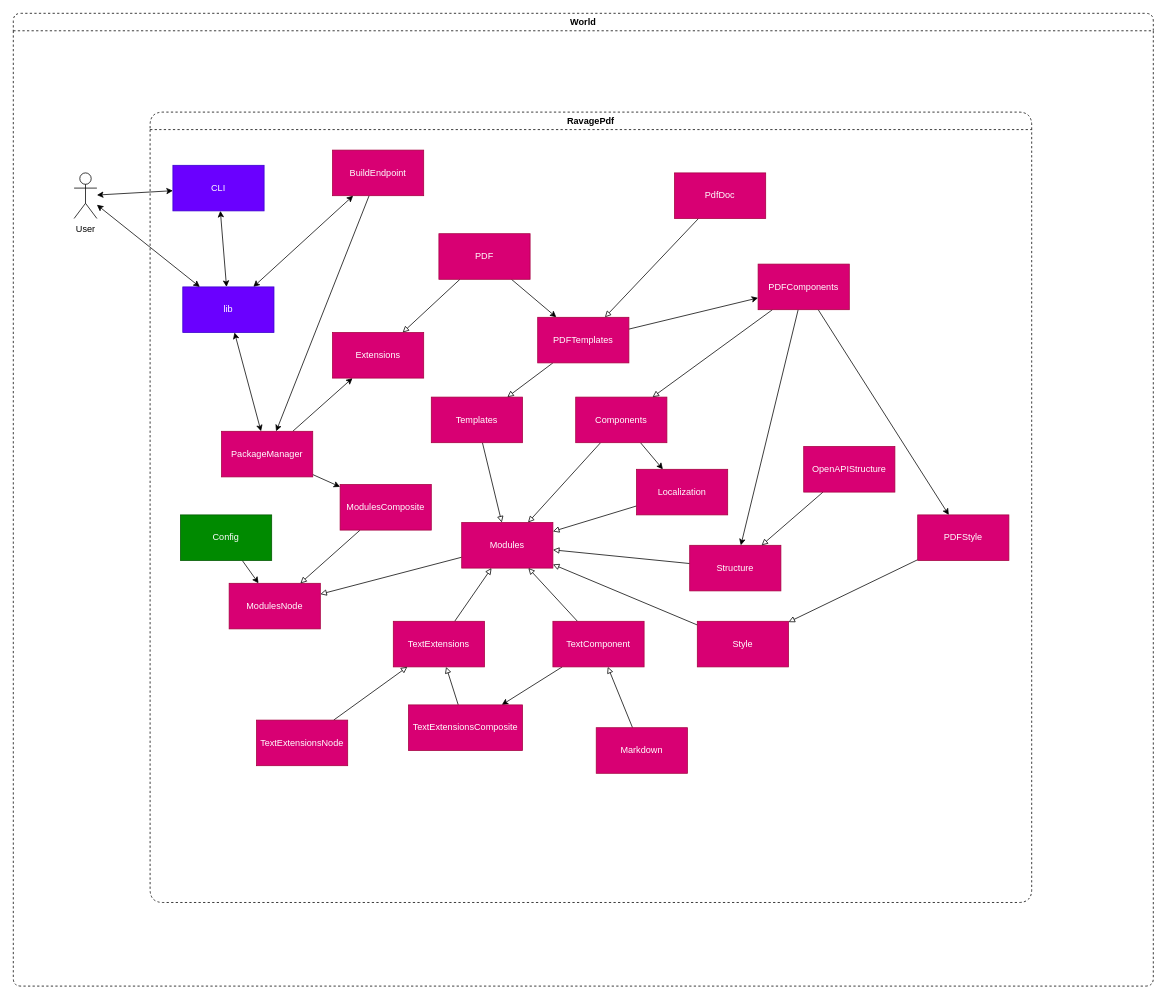
Earlier version of the draw.io diagram design/modules.drawio (MBHuman/ravagepdf). Source tidied: cells renumbered, new cells numbered last; positions are measured from the earlier drawing's top-left corner, leaving out a move shared by most shapes. Both pictures are drawn from the tidied source at 76%, with x=0, y=0 at pixel (13, 13).
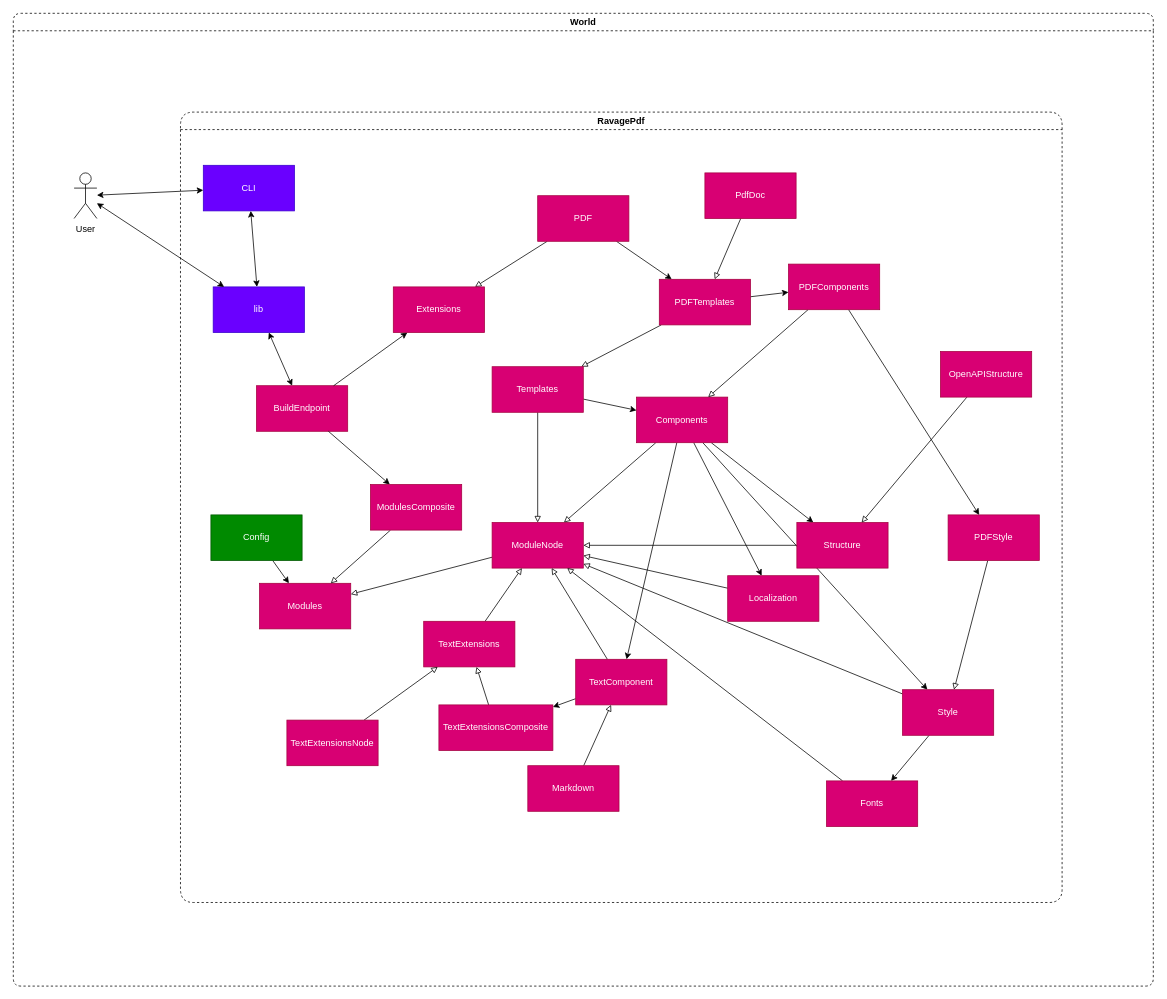
The same diagram, later.

Unchanged cells that the change refers to:
```xml
<mxCell id="2" value="World" style="swimlane;whiteSpace=wrap;html=1;rounded=1;dashed=1;swimlaneFillColor=default;" parent="1" vertex="1">
  <mxGeometry width="1500" height="1280" as="geometry" />
</mxCell>
<mxCell id="8" value="lib" style="rounded=0;whiteSpace=wrap;html=1;fillColor=#6a00ff;fontColor=#ffffff;strokeColor=#3700CC;" parent="3" vertex="1">
  <mxGeometry x="43" y="230" width="120" height="60" as="geometry" />
</mxCell>
<mxCell id="41" value="ModulesComposite" style="rounded=0;whiteSpace=wrap;html=1;fillColor=#d80073;fontColor=#ffffff;strokeColor=#A50040;" parent="3" vertex="1">
  <mxGeometry x="250" y="490" width="120" height="60" as="geometry" />
</mxCell>
<mxCell id="45" value="PDFComponents" style="rounded=0;whiteSpace=wrap;html=1;fillColor=#d80073;fontColor=#ffffff;strokeColor=#A50040;" parent="3" vertex="1">
  <mxGeometry x="800" y="200" width="120" height="60" as="geometry" />
</mxCell>
```

Change to the diagram source:
```diff
@@
     <mxCell id="3" value="RavagePdf" style="swimlane;whiteSpace=wrap;html=1;dashed=1;swimlaneFillColor=default;rounded=1;arcSize=25;" parent="2" vertex="1">
-      <mxGeometry x="180" y="130" width="1160" height="1040" as="geometry" />
+      <mxGeometry x="220" y="130" width="1160" height="1040" as="geometry" />
     </mxCell>
@@
-    <mxCell id="6" style="edgeStyle=none;html=1;startArrow=classic;startFill=1;" parent="3" edge="1" source="8" target="36">
-      <mxGeometry relative="1" as="geometry" />
-    </mxCell>
@@
     <mxCell id="11" value="PDF" style="rounded=0;whiteSpace=wrap;html=1;fillColor=#d80073;fontColor=#ffffff;strokeColor=#A50040;" parent="3" vertex="1">
-      <mxGeometry x="380" y="160" width="120" height="60" as="geometry" />
+      <mxGeometry x="470" y="110" width="120" height="60" as="geometry" />
     </mxCell>
@@
+    <mxCell id="63" style="edgeStyle=none;html=1;" parent="3" edge="1" source="14" target="25">
+      <mxGeometry relative="1" as="geometry" />
+    </mxCell>
+    <mxCell id="64" style="edgeStyle=none;html=1;" parent="3" edge="1" source="14" target="29">
+      <mxGeometry relative="1" as="geometry" />
+    </mxCell>
+    <mxCell id="65" style="edgeStyle=none;html=1;" parent="3" edge="1" source="14" target="51">
+      <mxGeometry relative="1" as="geometry" />
+    </mxCell>
     <mxCell id="14" value="Components" style="rounded=0;whiteSpace=wrap;html=1;fillColor=#d80073;fontColor=#ffffff;strokeColor=#A50040;" parent="3" vertex="1">
-      <mxGeometry x="560" y="375" width="120" height="60" as="geometry" />
+      <mxGeometry x="600" y="375" width="120" height="60" as="geometry" />
     </mxCell>
@@
     <mxCell id="19" value="PDFTemplates" style="rounded=0;whiteSpace=wrap;html=1;fillColor=#d80073;fontColor=#ffffff;strokeColor=#A50040;" parent="3" vertex="1">
-      <mxGeometry x="510" y="270" width="120" height="60" as="geometry" />
+      <mxGeometry x="630" y="220" width="120" height="60" as="geometry" />
     </mxCell>
-    <mxCell id="20" style="edgeStyle=none;html=1;startArrow=none;startFill=0;" parent="3" edge="1" source="21" target="36">
-      <mxGeometry relative="1" as="geometry" />
-    </mxCell>
     <mxCell id="21" value="BuildEndpoint" style="rounded=0;whiteSpace=wrap;html=1;fillColor=#d80073;fontColor=#ffffff;strokeColor=#A50040;" parent="3" vertex="1">
-      <mxGeometry x="240" y="50" width="120" height="60" as="geometry" />
+      <mxGeometry x="100" y="360" width="120" height="60" as="geometry" />
     </mxCell>
@@
     <mxCell id="23" value="Localization" style="rounded=0;whiteSpace=wrap;html=1;fillColor=#d80073;fontColor=#ffffff;strokeColor=#A50040;" parent="3" vertex="1">
-      <mxGeometry x="640" y="470" width="120" height="60" as="geometry" />
+      <mxGeometry x="720" y="610" width="120" height="60" as="geometry" />
     </mxCell>
@@
+    <mxCell id="66" style="edgeStyle=none;html=1;endArrow=classic;endFill=1;" parent="3" edge="1" source="25" target="69">
+      <mxGeometry relative="1" as="geometry" />
+    </mxCell>
     <mxCell id="25" value="Style" style="rounded=0;whiteSpace=wrap;html=1;fillColor=#d80073;fontColor=#ffffff;strokeColor=#A50040;" parent="3" vertex="1">
-      <mxGeometry x="720" y="670" width="120" height="60" as="geometry" />
+      <mxGeometry x="950" y="760" width="120" height="60" as="geometry" />
     </mxCell>
@@
     <mxCell id="29" value="Structure" style="rounded=0;whiteSpace=wrap;html=1;fillColor=#d80073;fontColor=#ffffff;strokeColor=#A50040;" parent="3" vertex="1">
-      <mxGeometry x="710" y="570" width="120" height="60" as="geometry" />
+      <mxGeometry x="811" y="540" width="120" height="60" as="geometry" />
     </mxCell>
@@
     <mxCell id="31" value="OpenAPIStructure" style="rounded=0;whiteSpace=wrap;html=1;fillColor=#d80073;fontColor=#ffffff;strokeColor=#A50040;" parent="3" vertex="1">
-      <mxGeometry x="860" y="440" width="120" height="60" as="geometry" />
+      <mxGeometry x="1000" y="315" width="120" height="60" as="geometry" />
     </mxCell>
@@
+    <mxCell id="67" style="edgeStyle=none;html=1;" parent="3" edge="1" source="33" target="14">
+      <mxGeometry relative="1" as="geometry" />
+    </mxCell>
     <mxCell id="33" value="Templates" style="rounded=0;whiteSpace=wrap;html=1;fillColor=#d80073;fontColor=#ffffff;strokeColor=#A50040;" parent="3" vertex="1">
-      <mxGeometry x="370" y="375" width="120" height="60" as="geometry" />
+      <mxGeometry x="410" y="335" width="120" height="60" as="geometry" />
     </mxCell>
-    <mxCell id="34" style="edgeStyle=none;html=1;startArrow=none;startFill=0;" parent="3" edge="1" source="36" target="46">
+    <mxCell id="34" style="edgeStyle=none;html=1;startArrow=none;startFill=0;" parent="3" edge="1" source="21" target="46">
       <mxGeometry relative="1" as="geometry" />
     </mxCell>
-    <mxCell id="35" style="edgeStyle=none;html=1;startArrow=none;startFill=0;endArrow=classic;endFill=1;" parent="3" edge="1" source="36" target="41">
+    <mxCell id="35" style="edgeStyle=none;html=1;startArrow=none;startFill=0;endArrow=classic;endFill=1;" parent="3" edge="1" source="21" target="41">
       <mxGeometry relative="1" as="geometry" />
     </mxCell>
-    <mxCell id="36" value="PackageManager" style="rounded=0;whiteSpace=wrap;html=1;fillColor=#d80073;fontColor=#ffffff;strokeColor=#A50040;" parent="3" vertex="1">
-      <mxGeometry x="94" y="420" width="120" height="60" as="geometry" />
-    </mxCell>
@@
-    <mxCell id="38" value="Modules" style="rounded=0;whiteSpace=wrap;html=1;fillColor=#d80073;fontColor=#ffffff;strokeColor=#A50040;" parent="3" vertex="1">
+    <mxCell id="38" value="ModuleNode" style="rounded=0;whiteSpace=wrap;html=1;fillColor=#d80073;fontColor=#ffffff;strokeColor=#A50040;" parent="3" vertex="1">
       <mxGeometry x="410" y="540" width="120" height="60" as="geometry" />
     </mxCell>
-    <mxCell id="39" value="ModulesNode" style="rounded=0;whiteSpace=wrap;html=1;fillColor=#d80073;fontColor=#ffffff;strokeColor=#A50040;" parent="3" vertex="1">
+    <mxCell id="39" value="Modules" style="rounded=0;whiteSpace=wrap;html=1;fillColor=#d80073;fontColor=#ffffff;strokeColor=#A50040;" parent="3" vertex="1">
       <mxGeometry x="104" y="620" width="120" height="60" as="geometry" />
     </mxCell>
@@
-    <mxCell id="42" style="edgeStyle=none;html=1;startArrow=none;startFill=0;" parent="3" edge="1" source="45" target="29">
-      <mxGeometry relative="1" as="geometry" />
-    </mxCell>
@@
     <mxCell id="46" value="Extensions" style="rounded=0;whiteSpace=wrap;html=1;fillColor=#d80073;fontColor=#ffffff;strokeColor=#A50040;" parent="3" vertex="1">
-      <mxGeometry x="240" y="290" width="120" height="60" as="geometry" />
+      <mxGeometry x="280" y="230" width="120" height="60" as="geometry" />
     </mxCell>
@@
     <mxCell id="51" value="TextComponent" style="rounded=0;whiteSpace=wrap;html=1;fillColor=#d80073;fontColor=#ffffff;strokeColor=#A50040;" parent="3" vertex="1">
-      <mxGeometry x="530" y="670" width="120" height="60" as="geometry" />
+      <mxGeometry x="520" y="720" width="120" height="60" as="geometry" />
     </mxCell>
@@
     <mxCell id="53" value="Markdown" style="rounded=0;whiteSpace=wrap;html=1;fillColor=#d80073;fontColor=#ffffff;strokeColor=#A50040;" parent="3" vertex="1">
-      <mxGeometry x="587" y="810" width="120" height="60" as="geometry" />
+      <mxGeometry x="457" y="860" width="120" height="60" as="geometry" />
     </mxCell>
@@
+    <mxCell id="68" style="edgeStyle=none;html=1;endArrow=block;endFill=0;" parent="3" edge="1" source="69" target="38">
+      <mxGeometry relative="1" as="geometry" />
+    </mxCell>
+    <mxCell id="69" value="Fonts" style="rounded=0;whiteSpace=wrap;html=1;fillColor=#d80073;fontColor=#ffffff;strokeColor=#A50040;" parent="3" vertex="1">
+      <mxGeometry x="850" y="880" width="120" height="60" as="geometry" />
+    </mxCell>
```
